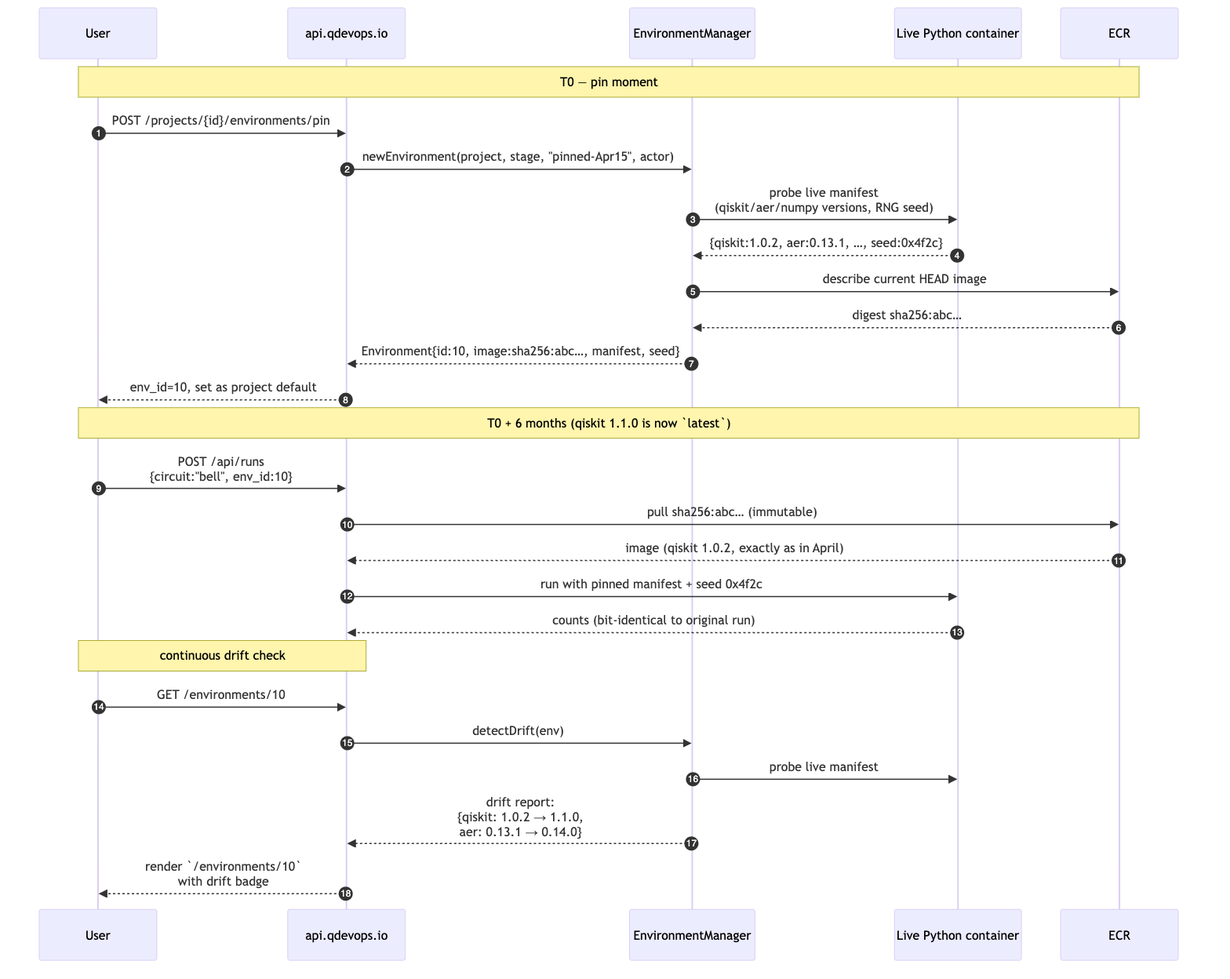
The Mermaid diagram docs/diagrams/05_reproducibility_lifecycle.png in qdevops-io/qdevops-python-sdk, before a commit. Its source is kept beside it as docs/diagrams/05_reproducibility_lifecycle.mmd.
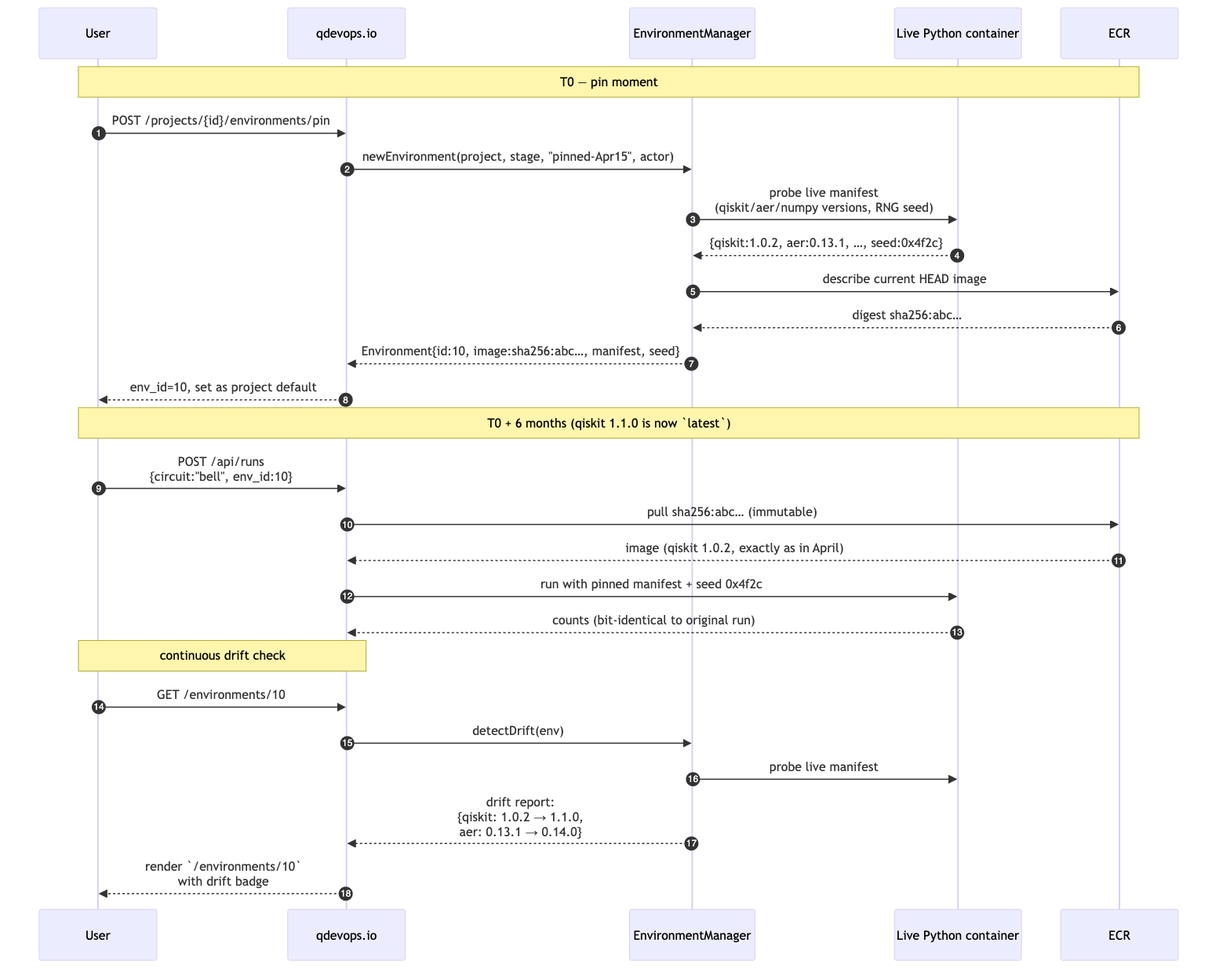
The same diagram one commit later.

Change to the diagram source:
```diff
@@ -1,7 +1,7 @@
 sequenceDiagram
     autonumber
     participant U as User
-    participant API as api.qdevops.io
+    participant API as qdevops.io
     participant EM as EnvironmentManager
     participant CONT as Live Python container
     participant ECR as ECR
```
